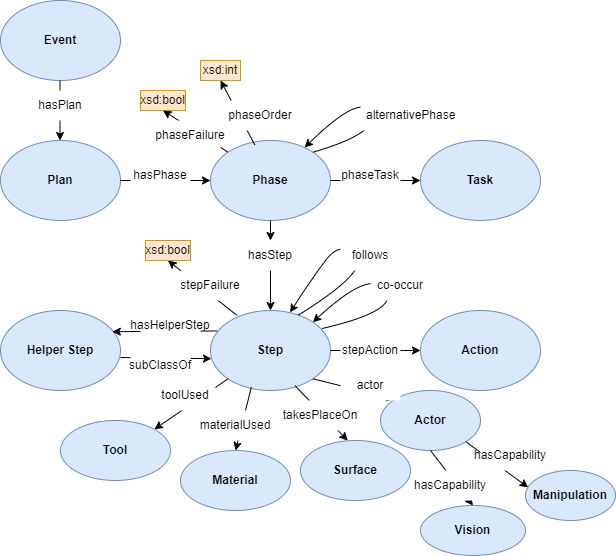
The draw.io diagram OR_Ontology.drawio.png in guoda23/Twin_OR, before a commit. Source tidied: cells renumbered, new cells last; positions are measured from the earlier drawing's top-left corner, leaving out a move shared by most shapes.
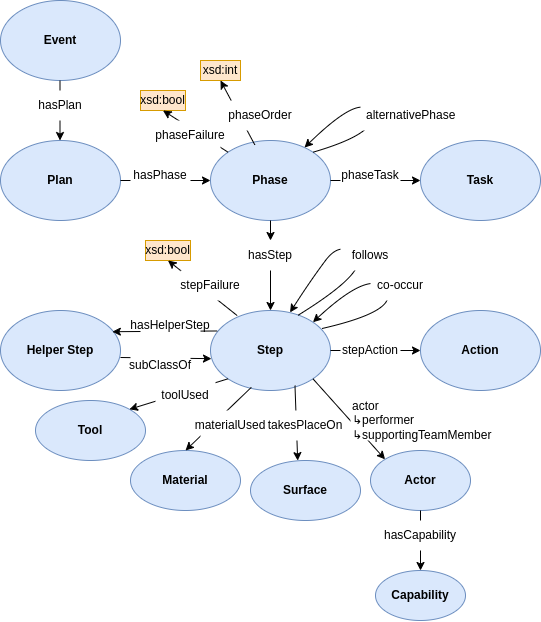
Later version of the same file.

Diff of the diagram source:
```diff
@@ -15,7 +15,7 @@
       <mxGeometry x="210" y="310" width="120" height="80" as="geometry" />
     </mxCell>
     <mxCell id="6" value="&lt;b&gt;Actor&lt;/b&gt;" style="ellipse;whiteSpace=wrap;html=1;fillColor=#dae8fc;strokeColor=#6c8ebf;" parent="1" vertex="1">
-      <mxGeometry x="380" y="390" width="100" height="60" as="geometry" />
+      <mxGeometry x="370" y="450" width="100" height="60" as="geometry" />
     </mxCell>
     <mxCell id="7" value="&lt;b&gt;Action&lt;/b&gt;" style="ellipse;whiteSpace=wrap;html=1;fillColor=#dae8fc;strokeColor=#6c8ebf;" parent="1" vertex="1">
       <mxGeometry x="420" y="310" width="120" height="80" as="geometry" />
@@ -44,23 +44,17 @@
     <mxCell id="14" style="endArrow=classic;html=1;rounded=0;exitX=1;exitY=1;exitDx=0;exitDy=0;entryX=0;entryY=0;entryDx=0;entryDy=0;" parent="1" edge="1" source="5" target="6">
       <mxGeometry relative="1" as="geometry" />
     </mxCell>
-    <mxCell id="15" value="&lt;b&gt;Manipulation&lt;/b&gt;" style="ellipse;whiteSpace=wrap;html=1;fillColor=#dae8fc;strokeColor=#6c8ebf;" parent="1" vertex="1">
-      <mxGeometry x="525" y="470" width="90" height="50" as="geometry" />
+    <mxCell id="15" value="&lt;b&gt;Capability&lt;/b&gt;" style="ellipse;whiteSpace=wrap;html=1;fillColor=#dae8fc;strokeColor=#6c8ebf;" parent="1" vertex="1">
+      <mxGeometry x="375" y="570" width="90" height="50" as="geometry" />
     </mxCell>
-    <mxCell id="16" style="endArrow=classic;html=1;rounded=0;exitX=1;exitY=1;exitDx=0;exitDy=0;entryX=0.029;entryY=0.338;entryDx=0;entryDy=0;entryPerimeter=0;" parent="1" edge="1" source="6" target="15">
+    <mxCell id="16" style="endArrow=classic;html=1;rounded=0;exitX=0.5;exitY=1;exitDx=0;exitDy=0;entryX=0.5;entryY=0;entryDx=0;entryDy=0;" parent="1" edge="1" source="6" target="15">
       <mxGeometry relative="1" as="geometry" />
     </mxCell>
     <mxCell id="17" value="&lt;b&gt;Material&lt;/b&gt;" style="ellipse;whiteSpace=wrap;html=1;fillColor=#dae8fc;strokeColor=#6c8ebf;" parent="1" vertex="1">
-      <mxGeometry x="180" y="450" width="110" height="60" as="geometry" />
+      <mxGeometry x="130" y="450" width="110" height="60" as="geometry" />
     </mxCell>
-    <mxCell id="18" value="&lt;b&gt;Vision&lt;/b&gt;" style="ellipse;whiteSpace=wrap;html=1;fillColor=#dae8fc;strokeColor=#6c8ebf;" parent="1" vertex="1">
-      <mxGeometry x="420" y="505" width="105" height="50" as="geometry" />
-    </mxCell>
-    <mxCell id="19" style="endArrow=classic;html=1;rounded=0;exitX=0.5;exitY=1;exitDx=0;exitDy=0;entryX=0.5;entryY=0;entryDx=0;entryDy=0;" parent="1" edge="1" source="6" target="18">
-      <mxGeometry relative="1" as="geometry" />
-    </mxCell>
     <mxCell id="20" value="&lt;b&gt;Tool&lt;/b&gt;" style="ellipse;whiteSpace=wrap;html=1;fillColor=#dae8fc;strokeColor=#6c8ebf;" parent="1" vertex="1">
-      <mxGeometry x="60" y="420" width="110" height="60" as="geometry" />
+      <mxGeometry x="35" y="400" width="110" height="60" as="geometry" />
     </mxCell>
     <mxCell id="21" style="endArrow=classic;html=1;rounded=0;entryX=1;entryY=0;entryDx=0;entryDy=0;exitX=0;exitY=1;exitDx=0;exitDy=0;" parent="1" edge="1" source="5" target="20">
       <mxGeometry relative="1" as="geometry" />
@@ -83,21 +77,18 @@
     <mxCell id="27" value="stepAction" style="text;html=1;align=center;verticalAlign=middle;whiteSpace=wrap;rounded=0;fillColor=default;" parent="1" vertex="1">
       <mxGeometry x="340" y="335" width="60" height="30" as="geometry" />
     </mxCell>
-    <mxCell id="28" value="actor" style="text;html=1;align=center;verticalAlign=middle;whiteSpace=wrap;rounded=0;fillColor=default;" parent="1" vertex="1">
-      <mxGeometry x="340" y="370" width="60" height="30" as="geometry" />
+    <mxCell id="28" value="&lt;span style=&quot;background-color: initial;&quot;&gt;actor&lt;br&gt;↳performer&lt;br&gt;&lt;/span&gt;&lt;div&gt;&lt;span style=&quot;background-color: initial;&quot;&gt;↳&lt;/span&gt;&lt;span style=&quot;background-color: initial;&quot;&gt;supportingTeamMember&lt;/span&gt;&lt;/div&gt;" style="text;html=1;align=left;verticalAlign=middle;whiteSpace=wrap;rounded=0;fillColor=default;" parent="1" vertex="1">
+      <mxGeometry x="350" y="400" width="130" height="40" as="geometry" />
     </mxCell>
     <mxCell id="29" value="toolUsed" style="text;html=1;align=center;verticalAlign=middle;whiteSpace=wrap;rounded=0;fillColor=default;" parent="1" vertex="1">
       <mxGeometry x="155" y="380" width="60" height="30" as="geometry" />
     </mxCell>
     <mxCell id="30" value="materialUsed" style="text;html=1;align=center;verticalAlign=middle;whiteSpace=wrap;rounded=0;fillColor=default;" parent="1" vertex="1">
-      <mxGeometry x="205" y="410" width="60" height="30" as="geometry" />
+      <mxGeometry x="200" y="410" width="60" height="30" as="geometry" />
     </mxCell>
     <mxCell id="31" value="hasCapability" style="text;html=1;align=center;verticalAlign=middle;whiteSpace=wrap;rounded=0;fillColor=default;" parent="1" vertex="1">
-      <mxGeometry x="480" y="440" width="60" height="30" as="geometry" />
+      <mxGeometry x="390" y="520" width="60" height="30" as="geometry" />
     </mxCell>
-    <mxCell id="32" value="hasCapability" style="text;html=1;align=center;verticalAlign=middle;whiteSpace=wrap;rounded=0;fillColor=default;" parent="1" vertex="1">
-      <mxGeometry x="420" y="470" width="60" height="30" as="geometry" />
-    </mxCell>
     <mxCell id="33" value="xsd:int" style="rounded=0;whiteSpace=wrap;html=1;fillColor=#ffe6cc;strokeColor=#d79b00;" parent="1" vertex="1">
       <mxGeometry x="200" y="60" width="40" height="20" as="geometry" />
     </mxCell>
@@ -108,13 +99,13 @@
       <mxGeometry x="230" y="100" width="60" height="30" as="geometry" />
     </mxCell>
     <mxCell id="36" value="&lt;b&gt;Surface&lt;/b&gt;" style="ellipse;whiteSpace=wrap;html=1;fillColor=#dae8fc;strokeColor=#6c8ebf;" parent="1" vertex="1">
-      <mxGeometry x="300" y="440" width="110" height="60" as="geometry" />
+      <mxGeometry x="250" y="460" width="110" height="60" as="geometry" />
     </mxCell>
     <mxCell id="37" style="endArrow=classic;html=1;rounded=0;exitX=0.704;exitY=0.939;exitDx=0;exitDy=0;exitPerimeter=0;entryX=0.429;entryY=0.002;entryDx=0;entryDy=0;entryPerimeter=0;" parent="1" edge="1" source="5" target="36">
       <mxGeometry relative="1" as="geometry" />
     </mxCell>
     <mxCell id="38" value="t&lt;span style=&quot;background-color: initial;&quot;&gt;akesPlaceOn&lt;/span&gt;" style="text;html=1;align=center;verticalAlign=middle;whiteSpace=wrap;rounded=0;fillColor=default;" parent="1" vertex="1">
-      <mxGeometry x="290" y="400" width="60" height="30" as="geometry" />
+      <mxGeometry x="275" y="410" width="60" height="30" as="geometry" />
     </mxCell>
     <mxCell id="39" style="curved=1;endArrow=classic;html=1;rounded=0;exitX=0.93;exitY=0.225;exitDx=0;exitDy=0;exitPerimeter=0;entryX=1;entryY=0;entryDx=0;entryDy=0;" parent="1" edge="1" source="5" target="5">
       <mxGeometry relative="1" as="geometry">
```
